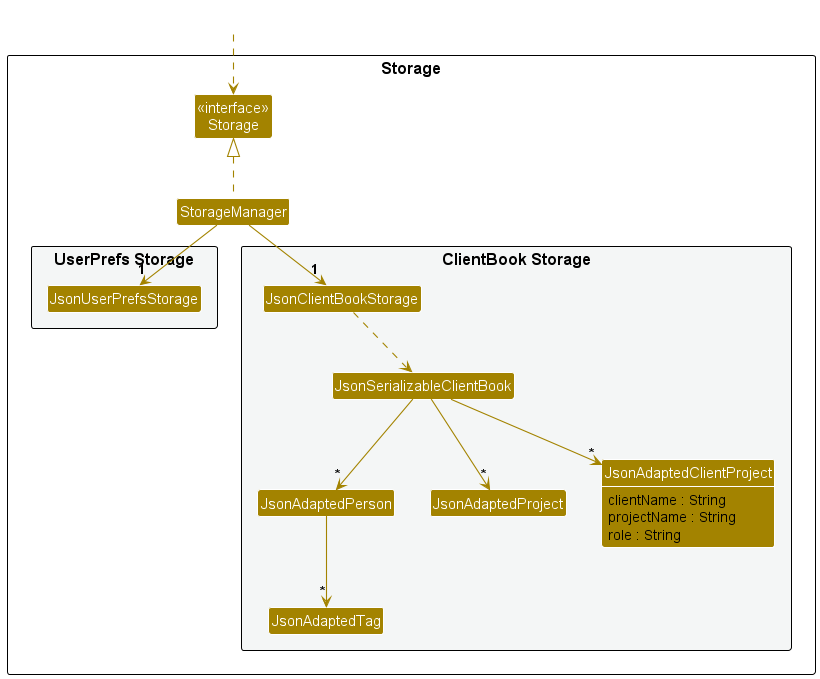
The PlantUML diagram docs/images/StorageClassDiagram.png in AY2627S1-CS2103-F09-2/tp, before a commit.
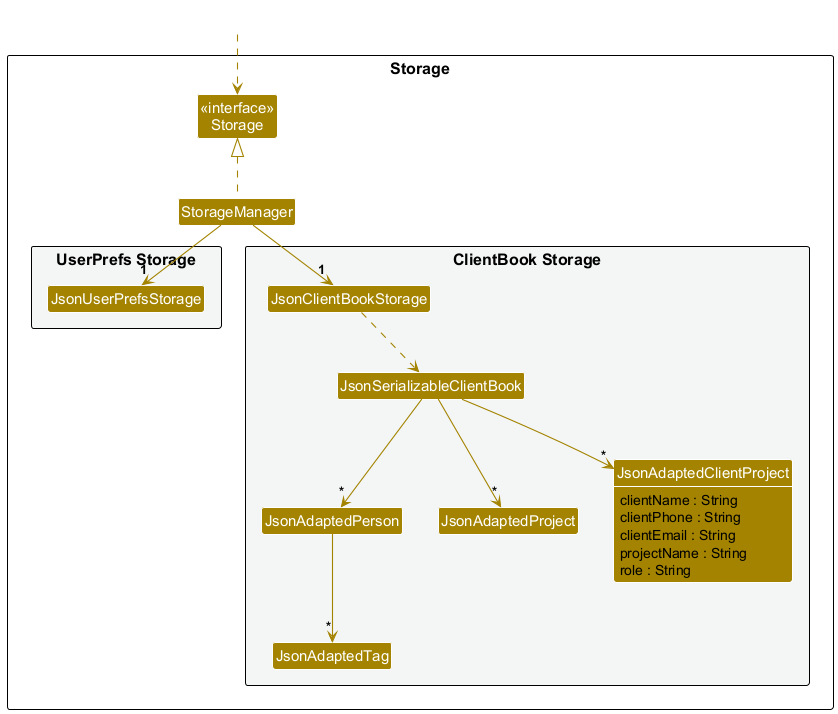
Later version of the same file.

Change to the diagram source:
```diff
@@ -21,6 +21,8 @@
         Class JsonAdaptedProject
         Class JsonAdaptedClientProject {
             clientName : String
+            clientPhone : String
+            clientEmail : String
             projectName : String
             role : String
         }
```
